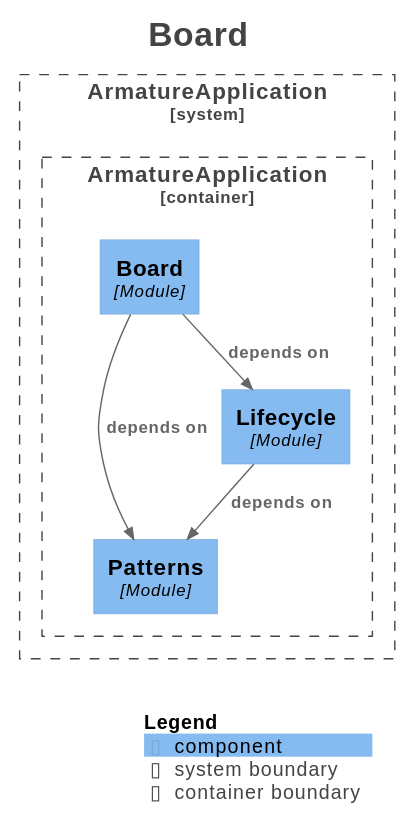
Above: docs/architecture/modules/module-board.svg in jayhamilton/armature (PlantUML), before the change. Source of this version:
```plantuml
@startuml
!pragma layout smetana
title <size:24>Board</size>

set separator none
top to bottom direction

<style>
  root {
    BackgroundColor: #ffffff
    FontColor: #444444
  }
</style>

!include <C4/C4>
!include <C4/C4_Context>
!include <C4/C4_Component>

System_Boundary("ArmatureApplication_boundary", "ArmatureApplication", $tags="") {
  Container_Boundary("ArmatureApplication.ArmatureApplication_boundary", "ArmatureApplication", $tags="") {
    Component(ArmatureApplication.ArmatureApplication.Patterns, "Patterns", $techn="Module", $descr="", $tags="", $link="")
    Component(ArmatureApplication.ArmatureApplication.Lifecycle, "Lifecycle", $techn="Module", $descr="", $tags="", $link="")
    Component(ArmatureApplication.ArmatureApplication.Board, "Board", $techn="Module", $descr="", $tags="", $link="")
  }

}

Rel(ArmatureApplication.ArmatureApplication.Board, ArmatureApplication.ArmatureApplication.Lifecycle, "depends on", $techn="", $tags="", $link="")
Rel(ArmatureApplication.ArmatureApplication.Board, ArmatureApplication.ArmatureApplication.Patterns, "depends on", $techn="", $tags="", $link="")
Rel(ArmatureApplication.ArmatureApplication.Lifecycle, ArmatureApplication.ArmatureApplication.Patterns, "depends on", $techn="", $tags="", $link="")

SHOW_LEGEND(true)
hide stereotypes
@enduml
```
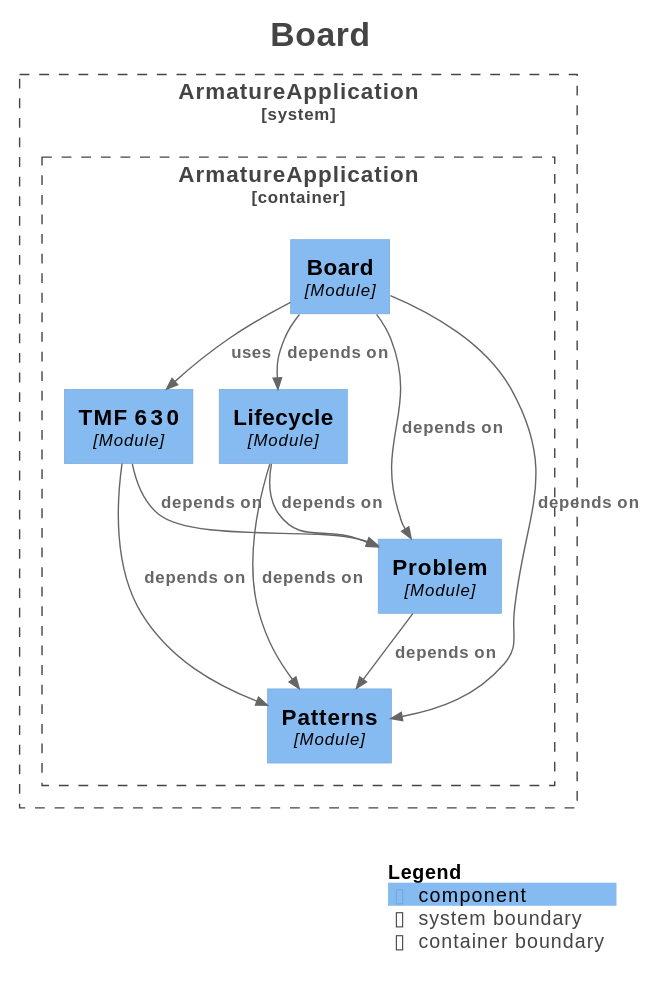
After the commit.

The edit, as a diff of the source:
```diff
@@ -18,16 +18,24 @@
 
 System_Boundary("ArmatureApplication_boundary", "ArmatureApplication", $tags="") {
   Container_Boundary("ArmatureApplication.ArmatureApplication_boundary", "ArmatureApplication", $tags="") {
+    Component(ArmatureApplication.ArmatureApplication.Lifecycle, "Lifecycle", $techn="Module", $descr="", $tags="", $link="")
+    Component(ArmatureApplication.ArmatureApplication.TMF630, "TMF 630", $techn="Module", $descr="", $tags="", $link="")
+    Component(ArmatureApplication.ArmatureApplication.Board, "Board", $techn="Module", $descr="", $tags="", $link="")
     Component(ArmatureApplication.ArmatureApplication.Patterns, "Patterns", $techn="Module", $descr="", $tags="", $link="")
-    Component(ArmatureApplication.ArmatureApplication.Lifecycle, "Lifecycle", $techn="Module", $descr="", $tags="", $link="")
-    Component(ArmatureApplication.ArmatureApplication.Board, "Board", $techn="Module", $descr="", $tags="", $link="")
+    Component(ArmatureApplication.ArmatureApplication.Problem, "Problem", $techn="Module", $descr="", $tags="", $link="")
   }
 
 }
 
 Rel(ArmatureApplication.ArmatureApplication.Board, ArmatureApplication.ArmatureApplication.Lifecycle, "depends on", $techn="", $tags="", $link="")
 Rel(ArmatureApplication.ArmatureApplication.Board, ArmatureApplication.ArmatureApplication.Patterns, "depends on", $techn="", $tags="", $link="")
+Rel(ArmatureApplication.ArmatureApplication.Board, ArmatureApplication.ArmatureApplication.Problem, "depends on", $techn="", $tags="", $link="")
+Rel(ArmatureApplication.ArmatureApplication.Board, ArmatureApplication.ArmatureApplication.TMF630, "uses", $techn="", $tags="", $link="")
 Rel(ArmatureApplication.ArmatureApplication.Lifecycle, ArmatureApplication.ArmatureApplication.Patterns, "depends on", $techn="", $tags="", $link="")
+Rel(ArmatureApplication.ArmatureApplication.Lifecycle, ArmatureApplication.ArmatureApplication.Problem, "depends on", $techn="", $tags="", $link="")
+Rel(ArmatureApplication.ArmatureApplication.Problem, ArmatureApplication.ArmatureApplication.Patterns, "depends on", $techn="", $tags="", $link="")
+Rel(ArmatureApplication.ArmatureApplication.TMF630, ArmatureApplication.ArmatureApplication.Patterns, "depends on", $techn="", $tags="", $link="")
+Rel(ArmatureApplication.ArmatureApplication.TMF630, ArmatureApplication.ArmatureApplication.Problem, "depends on", $techn="", $tags="", $link="")
 
 SHOW_LEGEND(true)
 hide stereotypes
```
